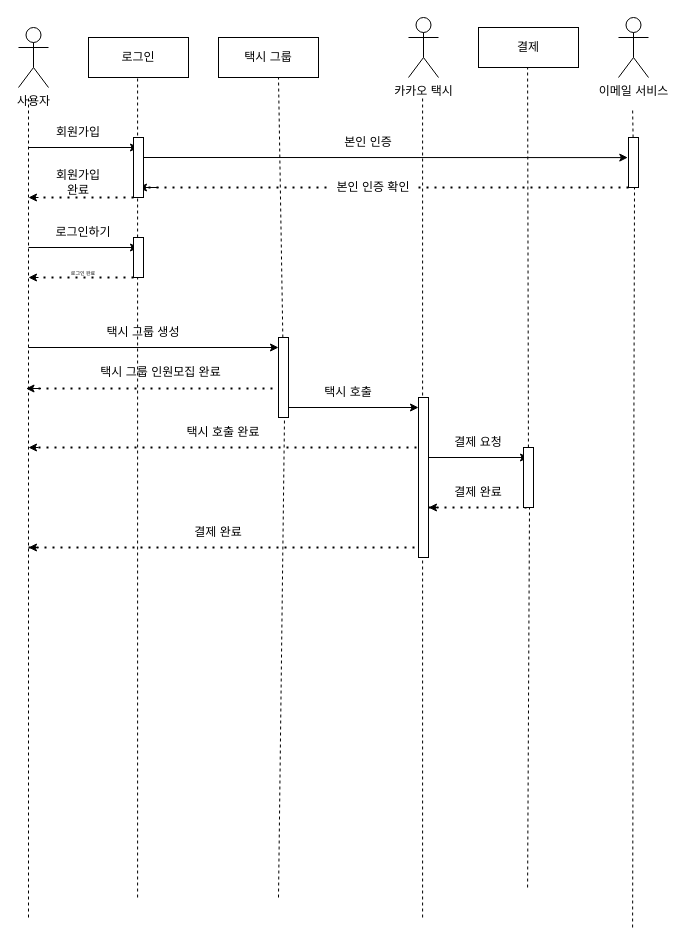
The draw.io diagram 시퀀스 다이어그램.drawio in 0abcde0/Git-Tutorial, before the edit. Source tidied: cells renumbered, new cells numbered last; positions are measured from the earlier drawing's top-left corner, leaving out a move shared by most shapes. Both pictures are drawn from the tidied source at 100%, with x=0, y=0 at pixel (18, 17).
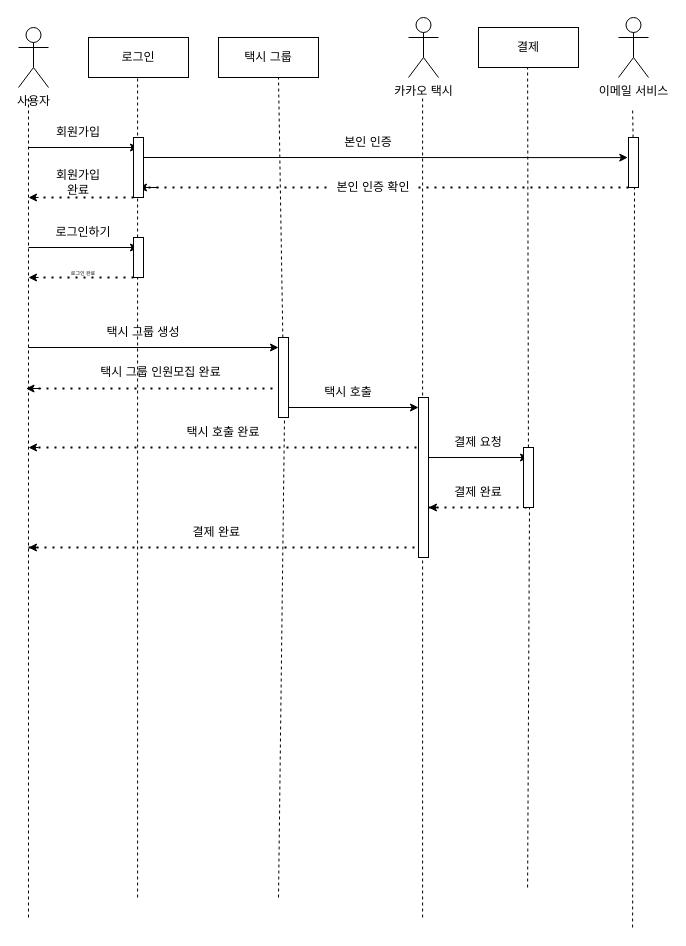
After the change.

Commit message (it also covers changes not shown here):
시퀀스 다이어그램.drawio 업데이트

Diff of the diagram source:
```diff
@@
-    <mxCell id="54" value="결제 완료" style="text;html=1;strokeColor=none;fillColor=none;align=center;verticalAlign=middle;whiteSpace=wrap;rounded=0;" parent="1" vertex="1">
+    <mxCell id="54" value="결제 완료&amp;nbsp;" style="text;html=1;strokeColor=none;fillColor=none;align=center;verticalAlign=middle;whiteSpace=wrap;rounded=0;" parent="1" vertex="1">
       <mxGeometry x="170" y="500" width="60" height="30" as="geometry" />
     </mxCell>
```
